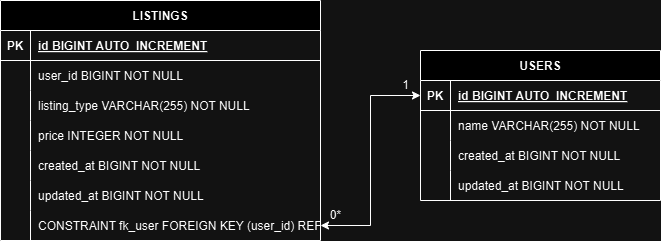
Above: image-documentation/ObjectRelationalMapping.png in chrisprojs/ListingProject (draw.io), before the change. Source tidied: cells renumbered, new cells last; positions are measured from the earlier drawing's top-left corner, leaving out a move shared by most shapes. The source it was exported from:
```xml
<mxGraphModel>
  <root>
    <mxCell id="0" />
    <mxCell id="1" parent="0" />
    <mxCell id="2" value="USERS" style="shape=table;startSize=30;rowLines=0;fontStyle=1;align=center;" parent="1" vertex="1">
      <mxGeometry x="420" y="50" width="240" height="150" as="geometry" />
    </mxCell>
    <mxCell id="3" style="shape=tableRow;horizontal=0;startSize=0;swimlaneHead=0;swimlaneBody=0;fillColor=none;points=[[0,0.5],[1,0.5]];portConstraint=eastwest;strokeColor=inherit;top=0;left=0;right=0;bottom=1;" parent="2" vertex="1">
      <mxGeometry y="30" width="240" height="30" as="geometry" />
    </mxCell>
    <mxCell id="4" value="PK" style="shape=partialRectangle;overflow=hidden;fillColor=none;strokeColor=inherit;top=0;left=0;bottom=0;right=0;fontStyle=1;" parent="3" vertex="1">
      <mxGeometry width="30" height="30" as="geometry" />
    </mxCell>
    <mxCell id="5" value="id BIGINT  AUTO_INCREMENT" style="shape=partialRectangle;overflow=hidden;fillColor=none;align=left;strokeColor=inherit;top=0;left=0;bottom=0;right=0;spacingLeft=6;fontStyle=5;" parent="3" vertex="1">
      <mxGeometry x="30" width="210" height="30" as="geometry" />
    </mxCell>
    <mxCell id="6" style="shape=tableRow;horizontal=0;startSize=0;swimlaneHead=0;swimlaneBody=0;fillColor=none;strokeColor=inherit;top=0;left=0;right=0;bottom=0;" parent="2" vertex="1">
      <mxGeometry y="60" width="240" height="30" as="geometry" />
    </mxCell>
    <mxCell id="7" style="shape=partialRectangle;overflow=hidden;fillColor=none;strokeColor=inherit;top=0;left=0;bottom=0;right=0;" parent="6" vertex="1">
      <mxGeometry width="30" height="30" as="geometry" />
    </mxCell>
    <mxCell id="8" value="name VARCHAR(255) NOT NULL" style="shape=partialRectangle;overflow=hidden;fillColor=none;align=left;strokeColor=inherit;top=0;left=0;bottom=0;right=0;spacingLeft=6;" parent="6" vertex="1">
      <mxGeometry x="30" width="210" height="30" as="geometry" />
    </mxCell>
    <mxCell id="9" style="shape=tableRow;horizontal=0;startSize=0;swimlaneHead=0;swimlaneBody=0;fillColor=none;strokeColor=inherit;top=0;left=0;right=0;bottom=0;" parent="2" vertex="1">
      <mxGeometry y="90" width="240" height="30" as="geometry" />
    </mxCell>
    <mxCell id="10" style="shape=partialRectangle;overflow=hidden;fillColor=none;strokeColor=inherit;top=0;left=0;bottom=0;right=0;" parent="9" vertex="1">
      <mxGeometry width="30" height="30" as="geometry" />
    </mxCell>
    <mxCell id="11" value="created_at BIGINT NOT NULL" style="shape=partialRectangle;overflow=hidden;fillColor=none;align=left;strokeColor=inherit;top=0;left=0;bottom=0;right=0;spacingLeft=6;" parent="9" vertex="1">
      <mxGeometry x="30" width="210" height="30" as="geometry" />
    </mxCell>
    <mxCell id="12" style="shape=tableRow;horizontal=0;startSize=0;swimlaneHead=0;swimlaneBody=0;fillColor=none;strokeColor=inherit;top=0;left=0;right=0;bottom=0;" parent="2" vertex="1">
      <mxGeometry y="120" width="240" height="30" as="geometry" />
    </mxCell>
    <mxCell id="13" style="shape=partialRectangle;overflow=hidden;fillColor=none;strokeColor=inherit;top=0;left=0;bottom=0;right=0;" parent="12" vertex="1">
      <mxGeometry width="30" height="30" as="geometry" />
    </mxCell>
    <mxCell id="14" value="updated_at BIGINT NOT NULL" style="shape=partialRectangle;overflow=hidden;fillColor=none;align=left;strokeColor=inherit;top=0;left=0;bottom=0;right=0;spacingLeft=6;" parent="12" vertex="1">
      <mxGeometry x="30" width="210" height="30" as="geometry" />
    </mxCell>
    <mxCell id="15" value="LISTINGS" style="shape=table;startSize=30;rowLines=0;fontStyle=1;align=center;" parent="1" vertex="1">
      <mxGeometry width="320" height="240" as="geometry" />
    </mxCell>
    <mxCell id="16" style="shape=tableRow;horizontal=0;startSize=0;swimlaneHead=0;swimlaneBody=0;fillColor=none;strokeColor=inherit;top=0;left=0;right=0;bottom=1;" parent="15" vertex="1">
      <mxGeometry y="30" width="320" height="30" as="geometry" />
    </mxCell>
    <mxCell id="17" value="PK" style="shape=partialRectangle;overflow=hidden;fillColor=none;strokeColor=inherit;top=0;left=0;bottom=0;right=0;fontStyle=1;" parent="16" vertex="1">
      <mxGeometry width="30" height="30" as="geometry" />
    </mxCell>
    <mxCell id="18" value="id BIGINT  AUTO_INCREMENT" style="shape=partialRectangle;overflow=hidden;fillColor=none;align=left;strokeColor=inherit;top=0;left=0;bottom=0;right=0;spacingLeft=6;fontStyle=5;" parent="16" vertex="1">
      <mxGeometry x="30" width="290" height="30" as="geometry" />
    </mxCell>
    <mxCell id="19" style="shape=tableRow;horizontal=0;startSize=0;swimlaneHead=0;swimlaneBody=0;fillColor=none;strokeColor=inherit;top=0;left=0;right=0;bottom=0;" parent="15" vertex="1">
      <mxGeometry y="60" width="320" height="30" as="geometry" />
    </mxCell>
    <mxCell id="20" style="shape=partialRectangle;overflow=hidden;fillColor=none;strokeColor=inherit;top=0;left=0;bottom=0;right=0;" parent="19" vertex="1">
      <mxGeometry width="30" height="30" as="geometry" />
    </mxCell>
    <mxCell id="21" value="user_id BIGINT NOT NULL" style="shape=partialRectangle;overflow=hidden;fillColor=none;align=left;strokeColor=inherit;top=0;left=0;bottom=0;right=0;spacingLeft=6;" parent="19" vertex="1">
      <mxGeometry x="30" width="290" height="30" as="geometry" />
    </mxCell>
    <mxCell id="22" style="shape=tableRow;horizontal=0;startSize=0;swimlaneHead=0;swimlaneBody=0;fillColor=none;strokeColor=inherit;top=0;left=0;right=0;bottom=0;" parent="15" vertex="1">
      <mxGeometry y="90" width="320" height="30" as="geometry" />
    </mxCell>
    <mxCell id="23" style="shape=partialRectangle;overflow=hidden;fillColor=none;strokeColor=inherit;top=0;left=0;bottom=0;right=0;" parent="22" vertex="1">
      <mxGeometry width="30" height="30" as="geometry" />
    </mxCell>
    <mxCell id="24" value="listing_type VARCHAR(255) NOT NULL" style="shape=partialRectangle;overflow=hidden;fillColor=none;align=left;strokeColor=inherit;top=0;left=0;bottom=0;right=0;spacingLeft=6;" parent="22" vertex="1">
      <mxGeometry x="30" width="290" height="30" as="geometry" />
    </mxCell>
    <mxCell id="25" style="shape=tableRow;horizontal=0;startSize=0;swimlaneHead=0;swimlaneBody=0;fillColor=none;strokeColor=inherit;top=0;left=0;right=0;bottom=0;" parent="15" vertex="1">
      <mxGeometry y="120" width="320" height="30" as="geometry" />
    </mxCell>
    <mxCell id="26" style="shape=partialRectangle;overflow=hidden;fillColor=none;strokeColor=inherit;top=0;left=0;bottom=0;right=0;" parent="25" vertex="1">
      <mxGeometry width="30" height="30" as="geometry" />
    </mxCell>
    <mxCell id="27" value="price INTEGER NOT NULL" style="shape=partialRectangle;overflow=hidden;fillColor=none;align=left;strokeColor=inherit;top=0;left=0;bottom=0;right=0;spacingLeft=6;" parent="25" vertex="1">
      <mxGeometry x="30" width="290" height="30" as="geometry" />
    </mxCell>
    <mxCell id="28" style="shape=tableRow;horizontal=0;startSize=0;swimlaneHead=0;swimlaneBody=0;fillColor=none;strokeColor=inherit;top=0;left=0;right=0;bottom=0;" parent="15" vertex="1">
      <mxGeometry y="150" width="320" height="30" as="geometry" />
    </mxCell>
    <mxCell id="29" style="shape=partialRectangle;overflow=hidden;fillColor=none;strokeColor=inherit;top=0;left=0;bottom=0;right=0;" parent="28" vertex="1">
      <mxGeometry width="30" height="30" as="geometry" />
    </mxCell>
    <mxCell id="30" value="created_at BIGINT NOT NULL" style="shape=partialRectangle;overflow=hidden;fillColor=none;align=left;strokeColor=inherit;top=0;left=0;bottom=0;right=0;spacingLeft=6;" parent="28" vertex="1">
      <mxGeometry x="30" width="290" height="30" as="geometry" />
    </mxCell>
    <mxCell id="31" style="shape=tableRow;horizontal=0;startSize=0;swimlaneHead=0;swimlaneBody=0;fillColor=none;strokeColor=inherit;top=0;left=0;right=0;bottom=0;" parent="15" vertex="1">
      <mxGeometry y="180" width="320" height="30" as="geometry" />
    </mxCell>
    <mxCell id="32" style="shape=partialRectangle;overflow=hidden;fillColor=none;strokeColor=inherit;top=0;left=0;bottom=0;right=0;" parent="31" vertex="1">
      <mxGeometry width="30" height="30" as="geometry" />
    </mxCell>
    <mxCell id="33" value="updated_at BIGINT NOT NULL" style="shape=partialRectangle;overflow=hidden;fillColor=none;align=left;strokeColor=inherit;top=0;left=0;bottom=0;right=0;spacingLeft=6;" parent="31" vertex="1">
      <mxGeometry x="30" width="290" height="30" as="geometry" />
    </mxCell>
    <mxCell id="34" style="shape=tableRow;horizontal=0;startSize=0;swimlaneHead=0;swimlaneBody=0;fillColor=none;points=[[0,0.5],[1,0.5]];portConstraint=eastwest;strokeColor=inherit;top=0;left=0;right=0;bottom=0;" parent="15" vertex="1">
      <mxGeometry y="210" width="320" height="30" as="geometry" />
    </mxCell>
    <mxCell id="35" style="shape=partialRectangle;overflow=hidden;fillColor=none;strokeColor=inherit;top=0;left=0;bottom=0;right=0;" parent="34" vertex="1">
      <mxGeometry width="30" height="30" as="geometry" />
    </mxCell>
    <mxCell id="36" value="CONSTRAINT fk_user FOREIGN KEY (user_id) REFERENCES users(id) ON DELETE CASCADE" style="shape=partialRectangle;overflow=hidden;fillColor=none;align=left;strokeColor=inherit;top=0;left=0;bottom=0;right=0;spacingLeft=6;" parent="34" vertex="1">
      <mxGeometry x="30" width="290" height="30" as="geometry" />
    </mxCell>
    <mxCell id="37" style="edgeStyle=orthogonalEdgeStyle;rounded=0;jettySize=auto;html=1;exitX=1;exitY=0.5;exitDx=0;exitDy=0;entryX=0;entryY=0.5;entryDx=0;entryDy=0;startArrow=classic;startFill=1;" parent="1" edge="1" source="34" target="3">
      <mxGeometry relative="1" as="geometry" />
    </mxCell>
    <mxCell id="38" value="1" style="text;html=1;align=center;verticalAlign=middle;strokeColor=none;fillColor=none;" parent="1" vertex="1">
      <mxGeometry x="390" y="70" width="30" height="30" as="geometry" />
    </mxCell>
    <mxCell id="39" value="0*" style="text;html=1;align=center;verticalAlign=middle;strokeColor=none;fillColor=none;" parent="1" vertex="1">
      <mxGeometry x="320" y="200" width="30" height="30" as="geometry" />
    </mxCell>
  </root>
</mxGraphModel>
```
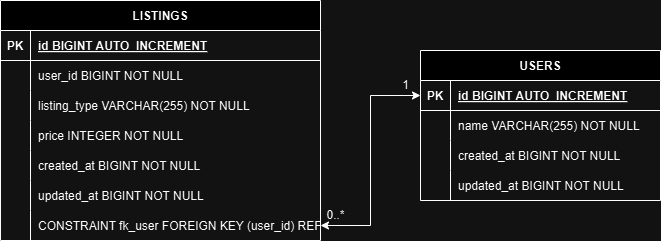
After the change.

Diff of the diagram source:
```diff
@@ -113,8 +113,8 @@
     <mxCell id="38" value="1" style="text;html=1;align=center;verticalAlign=middle;strokeColor=none;fillColor=none;" parent="1" vertex="1">
       <mxGeometry x="390" y="70" width="30" height="30" as="geometry" />
     </mxCell>
-    <mxCell id="39" value="0*" style="text;html=1;align=center;verticalAlign=middle;strokeColor=none;fillColor=none;" parent="1" vertex="1">
-      <mxGeometry x="320" y="200" width="30" height="30" as="geometry" />
+    <mxCell id="39" value="0..*" style="text;html=1;align=center;verticalAlign=middle;strokeColor=none;fillColor=none;" parent="1" vertex="1">
+      <mxGeometry x="315" y="200" width="40" height="30" as="geometry" />
     </mxCell>
   </root>
 </mxGraphModel>
```
